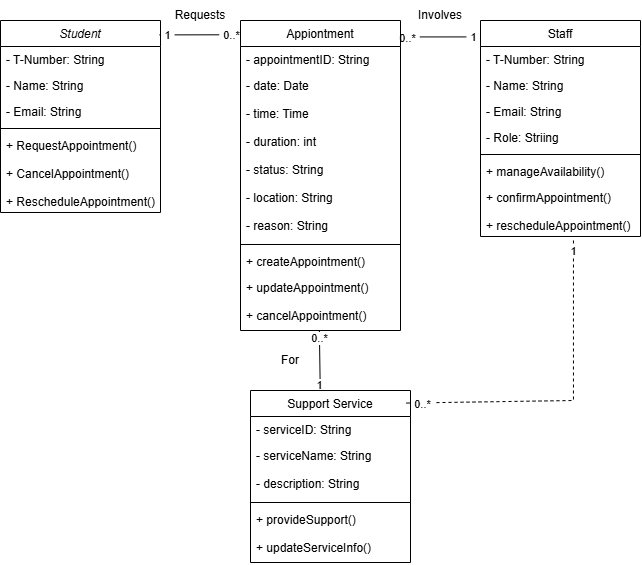
Earlier version of the draw.io export diagrams/UMLV1.png (Brendan-OS/college-support-appointments). Source tidied: cells renumbered, new cells last; positions are measured from the earlier drawing's top-left corner, leaving out a move shared by most shapes.
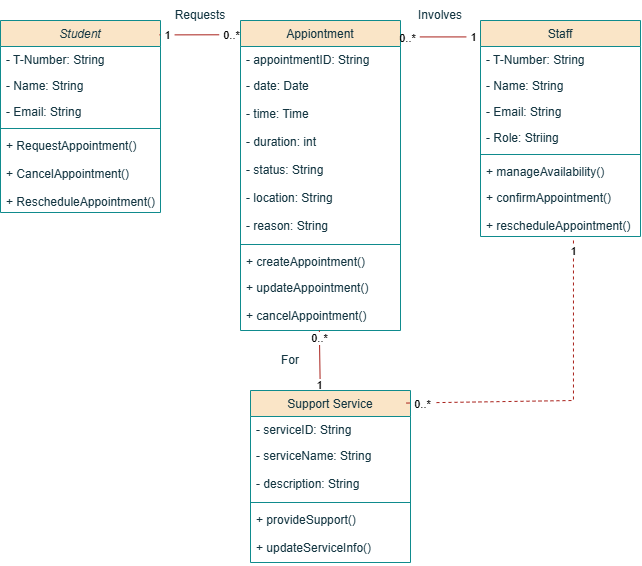
Later version of the same file.

Commit message:
Changed colours to make it more visible (Currently working in darkmode)

Change to the diagram source:
```diff
@@ -2,128 +2,128 @@
   <root>
     <mxCell id="0" />
     <mxCell id="1" parent="0" />
-    <mxCell id="2" value="Student" style="swimlane;fontStyle=2;align=center;verticalAlign=top;horizontal=1;startSize=26;rounded=0;shadow=0;strokeWidth=1;" parent="1" vertex="1">
+    <mxCell id="2" value="Student" style="swimlane;fontStyle=2;align=center;verticalAlign=top;horizontal=1;startSize=26;rounded=0;shadow=0;strokeWidth=1;labelBackgroundColor=none;fillColor=#FAE5C7;strokeColor=#0F8B8D;fontColor=#143642;" parent="1" vertex="1">
       <mxGeometry y="20" width="160" height="192" as="geometry" />
     </mxCell>
-    <mxCell id="3" value="- T-Number: String" style="text;align=left;verticalAlign=top;spacingLeft=4;spacingRight=4;overflow=hidden;" parent="2" vertex="1">
+    <mxCell id="3" value="- T-Number: String" style="text;align=left;verticalAlign=top;spacingLeft=4;spacingRight=4;overflow=hidden;labelBackgroundColor=none;fontColor=#143642;" parent="2" vertex="1">
       <mxGeometry y="26" width="160" height="26" as="geometry" />
     </mxCell>
-    <mxCell id="4" value="- Name: String" style="text;align=left;verticalAlign=top;spacingLeft=4;spacingRight=4;overflow=hidden;rounded=0;shadow=0;html=0;" parent="2" vertex="1">
+    <mxCell id="4" value="- Name: String" style="text;align=left;verticalAlign=top;spacingLeft=4;spacingRight=4;overflow=hidden;rounded=0;shadow=0;html=0;labelBackgroundColor=none;fontColor=#143642;" parent="2" vertex="1">
       <mxGeometry y="52" width="160" height="26" as="geometry" />
     </mxCell>
-    <mxCell id="5" value="- Email: String" style="text;align=left;verticalAlign=top;spacingLeft=4;spacingRight=4;overflow=hidden;rounded=0;shadow=0;html=0;" parent="2" vertex="1">
+    <mxCell id="5" value="- Email: String" style="text;align=left;verticalAlign=top;spacingLeft=4;spacingRight=4;overflow=hidden;rounded=0;shadow=0;html=0;labelBackgroundColor=none;fontColor=#143642;" parent="2" vertex="1">
       <mxGeometry y="78" width="160" height="26" as="geometry" />
     </mxCell>
-    <mxCell id="6" style="line;html=1;strokeWidth=1;align=left;verticalAlign=middle;spacingTop=-1;spacingLeft=3;spacingRight=3;labelPosition=right;" parent="2" vertex="1">
+    <mxCell id="6" style="line;html=1;strokeWidth=1;align=left;verticalAlign=middle;spacingTop=-1;spacingLeft=3;spacingRight=3;labelPosition=right;labelBackgroundColor=none;fillColor=#FAE5C7;strokeColor=#0F8B8D;fontColor=#143642;" parent="2" vertex="1">
       <mxGeometry y="104" width="160" height="8" as="geometry" />
     </mxCell>
-    <mxCell id="7" value="+ RequestAppointment()&#10;&#10;+ CancelAppointment()&#10;&#10;+ RescheduleAppointment()" style="text;align=left;verticalAlign=top;spacingLeft=4;spacingRight=4;overflow=hidden;" parent="2" vertex="1">
+    <mxCell id="7" value="+ RequestAppointment()&#10;&#10;+ CancelAppointment()&#10;&#10;+ RescheduleAppointment()" style="text;align=left;verticalAlign=top;spacingLeft=4;spacingRight=4;overflow=hidden;labelBackgroundColor=none;fontColor=#143642;" parent="2" vertex="1">
       <mxGeometry y="112" width="160" height="80" as="geometry" />
     </mxCell>
-    <mxCell id="8" value="Appiontment" style="swimlane;fontStyle=0;align=center;verticalAlign=top;horizontal=1;startSize=26;rounded=0;shadow=0;strokeWidth=1;" parent="1" vertex="1">
+    <mxCell id="8" value="Appiontment" style="swimlane;fontStyle=0;align=center;verticalAlign=top;horizontal=1;startSize=26;rounded=0;shadow=0;strokeWidth=1;labelBackgroundColor=none;fillColor=#FAE5C7;strokeColor=#0F8B8D;fontColor=#143642;" parent="1" vertex="1">
       <mxGeometry x="240" y="20" width="160" height="310" as="geometry" />
     </mxCell>
-    <mxCell id="9" value="- appointmentID: String" style="text;align=left;verticalAlign=top;spacingLeft=4;spacingRight=4;overflow=hidden;" parent="8" vertex="1">
+    <mxCell id="9" value="- appointmentID: String" style="text;align=left;verticalAlign=top;spacingLeft=4;spacingRight=4;overflow=hidden;labelBackgroundColor=none;fontColor=#143642;" parent="8" vertex="1">
       <mxGeometry y="26" width="160" height="26" as="geometry" />
     </mxCell>
-    <mxCell id="10" value="- date: Date&#10;&#10;- time: Time&#10;&#10;- duration: int&#10;&#10;- status: String&#10;&#10;- location: String&#10;&#10;- reason: String" style="text;align=left;verticalAlign=top;spacingLeft=4;spacingRight=4;overflow=hidden;rounded=0;shadow=0;html=0;" parent="8" vertex="1">
+    <mxCell id="10" value="- date: Date&#10;&#10;- time: Time&#10;&#10;- duration: int&#10;&#10;- status: String&#10;&#10;- location: String&#10;&#10;- reason: String" style="text;align=left;verticalAlign=top;spacingLeft=4;spacingRight=4;overflow=hidden;rounded=0;shadow=0;html=0;labelBackgroundColor=none;fontColor=#143642;" parent="8" vertex="1">
       <mxGeometry y="52" width="160" height="168" as="geometry" />
     </mxCell>
-    <mxCell id="11" style="line;html=1;strokeWidth=1;align=left;verticalAlign=middle;spacingTop=-1;spacingLeft=3;spacingRight=3;labelPosition=right;" parent="8" vertex="1">
+    <mxCell id="11" style="line;html=1;strokeWidth=1;align=left;verticalAlign=middle;spacingTop=-1;spacingLeft=3;spacingRight=3;labelPosition=right;labelBackgroundColor=none;fillColor=#FAE5C7;strokeColor=#0F8B8D;fontColor=#143642;" parent="8" vertex="1">
       <mxGeometry y="220" width="160" height="8" as="geometry" />
     </mxCell>
-    <mxCell id="12" value="+ createAppointment()" style="text;align=left;verticalAlign=top;spacingLeft=4;spacingRight=4;overflow=hidden;fontStyle=0;" parent="8" vertex="1">
+    <mxCell id="12" value="+ createAppointment()" style="text;align=left;verticalAlign=top;spacingLeft=4;spacingRight=4;overflow=hidden;fontStyle=0;labelBackgroundColor=none;fontColor=#143642;" parent="8" vertex="1">
       <mxGeometry y="228" width="160" height="26" as="geometry" />
     </mxCell>
-    <mxCell id="13" value="+ updateAppointment()&#10;&#10;+ cancelAppointment()" style="text;align=left;verticalAlign=top;spacingLeft=4;spacingRight=4;overflow=hidden;points=[[0,0.5],[1,0.5]];portConstraint=eastwest;" parent="8" vertex="1">
+    <mxCell id="13" value="+ updateAppointment()&#10;&#10;+ cancelAppointment()" style="text;align=left;verticalAlign=top;spacingLeft=4;spacingRight=4;overflow=hidden;points=[[0,0.5],[1,0.5]];portConstraint=eastwest;labelBackgroundColor=none;fontColor=#143642;" parent="8" vertex="1">
       <mxGeometry y="254" width="160" height="56" as="geometry" />
     </mxCell>
-    <mxCell id="14" value="Staff" style="swimlane;fontStyle=0;align=center;verticalAlign=top;horizontal=1;startSize=26;rounded=0;shadow=0;strokeWidth=1;" parent="1" vertex="1">
+    <mxCell id="14" value="Staff" style="swimlane;fontStyle=0;align=center;verticalAlign=top;horizontal=1;startSize=26;rounded=0;shadow=0;strokeWidth=1;labelBackgroundColor=none;fillColor=#FAE5C7;strokeColor=#0F8B8D;fontColor=#143642;" parent="1" vertex="1">
       <mxGeometry x="480" y="20" width="160" height="216" as="geometry" />
     </mxCell>
-    <mxCell id="15" value="- T-Number: String" style="text;align=left;verticalAlign=top;spacingLeft=4;spacingRight=4;overflow=hidden;" parent="14" vertex="1">
+    <mxCell id="15" value="- T-Number: String" style="text;align=left;verticalAlign=top;spacingLeft=4;spacingRight=4;overflow=hidden;labelBackgroundColor=none;fontColor=#143642;" parent="14" vertex="1">
       <mxGeometry y="26" width="160" height="26" as="geometry" />
     </mxCell>
-    <mxCell id="16" value="- Name: String" style="text;align=left;verticalAlign=top;spacingLeft=4;spacingRight=4;overflow=hidden;rounded=0;shadow=0;html=0;" parent="14" vertex="1">
+    <mxCell id="16" value="- Name: String" style="text;align=left;verticalAlign=top;spacingLeft=4;spacingRight=4;overflow=hidden;rounded=0;shadow=0;html=0;labelBackgroundColor=none;fontColor=#143642;" parent="14" vertex="1">
       <mxGeometry y="52" width="160" height="26" as="geometry" />
     </mxCell>
-    <mxCell id="17" value="- Email: String" style="text;align=left;verticalAlign=top;spacingLeft=4;spacingRight=4;overflow=hidden;rounded=0;shadow=0;html=0;" parent="14" vertex="1">
+    <mxCell id="17" value="- Email: String" style="text;align=left;verticalAlign=top;spacingLeft=4;spacingRight=4;overflow=hidden;rounded=0;shadow=0;html=0;labelBackgroundColor=none;fontColor=#143642;" parent="14" vertex="1">
       <mxGeometry y="78" width="160" height="26" as="geometry" />
     </mxCell>
-    <mxCell id="18" value="- Role: Striing" style="text;align=left;verticalAlign=top;spacingLeft=4;spacingRight=4;overflow=hidden;rounded=0;shadow=0;html=0;" parent="14" vertex="1">
+    <mxCell id="18" value="- Role: Striing" style="text;align=left;verticalAlign=top;spacingLeft=4;spacingRight=4;overflow=hidden;rounded=0;shadow=0;html=0;labelBackgroundColor=none;fontColor=#143642;" parent="14" vertex="1">
       <mxGeometry y="104" width="160" height="26" as="geometry" />
     </mxCell>
-    <mxCell id="19" style="line;html=1;strokeWidth=1;align=left;verticalAlign=middle;spacingTop=-1;spacingLeft=3;spacingRight=3;labelPosition=right;" parent="14" vertex="1">
+    <mxCell id="19" style="line;html=1;strokeWidth=1;align=left;verticalAlign=middle;spacingTop=-1;spacingLeft=3;spacingRight=3;labelPosition=right;labelBackgroundColor=none;fillColor=#FAE5C7;strokeColor=#0F8B8D;fontColor=#143642;" parent="14" vertex="1">
       <mxGeometry y="130" width="160" height="8" as="geometry" />
     </mxCell>
-    <mxCell id="20" value="+ manageAvailability()" style="text;align=left;verticalAlign=top;spacingLeft=4;spacingRight=4;overflow=hidden;" parent="14" vertex="1">
+    <mxCell id="20" value="+ manageAvailability()" style="text;align=left;verticalAlign=top;spacingLeft=4;spacingRight=4;overflow=hidden;labelBackgroundColor=none;fontColor=#143642;" parent="14" vertex="1">
       <mxGeometry y="138" width="160" height="26" as="geometry" />
     </mxCell>
-    <mxCell id="21" value="+ confirmAppointment()&#10;&#10;+ rescheduleAppointment()" style="text;align=left;verticalAlign=top;spacingLeft=4;spacingRight=4;overflow=hidden;points=[[0,0.5],[1,0.5]];portConstraint=eastwest;" parent="14" vertex="1">
+    <mxCell id="21" value="+ confirmAppointment()&#10;&#10;+ rescheduleAppointment()" style="text;align=left;verticalAlign=top;spacingLeft=4;spacingRight=4;overflow=hidden;points=[[0,0.5],[1,0.5]];portConstraint=eastwest;labelBackgroundColor=none;fontColor=#143642;" parent="14" vertex="1">
       <mxGeometry y="164" width="160" height="52" as="geometry" />
     </mxCell>
-    <mxCell id="22" value="Support Service" style="swimlane;fontStyle=0;align=center;verticalAlign=top;horizontal=1;startSize=26;rounded=0;shadow=0;strokeWidth=1;" parent="1" vertex="1">
+    <mxCell id="22" value="Support Service" style="swimlane;fontStyle=0;align=center;verticalAlign=top;horizontal=1;startSize=26;rounded=0;shadow=0;strokeWidth=1;labelBackgroundColor=none;fillColor=#FAE5C7;strokeColor=#0F8B8D;fontColor=#143642;" parent="1" vertex="1">
       <mxGeometry x="250" y="390" width="160" height="172" as="geometry" />
     </mxCell>
-    <mxCell id="23" value="- serviceID: String" style="text;align=left;verticalAlign=top;spacingLeft=4;spacingRight=4;overflow=hidden;" parent="22" vertex="1">
+    <mxCell id="23" value="- serviceID: String" style="text;align=left;verticalAlign=top;spacingLeft=4;spacingRight=4;overflow=hidden;labelBackgroundColor=none;fontColor=#143642;" parent="22" vertex="1">
       <mxGeometry y="26" width="160" height="26" as="geometry" />
     </mxCell>
-    <mxCell id="24" value="- serviceName: String&#10;&#10;- description: String" style="text;align=left;verticalAlign=top;spacingLeft=4;spacingRight=4;overflow=hidden;rounded=0;shadow=0;html=0;" parent="22" vertex="1">
+    <mxCell id="24" value="- serviceName: String&#10;&#10;- description: String" style="text;align=left;verticalAlign=top;spacingLeft=4;spacingRight=4;overflow=hidden;rounded=0;shadow=0;html=0;labelBackgroundColor=none;fontColor=#143642;" parent="22" vertex="1">
       <mxGeometry y="52" width="160" height="56" as="geometry" />
     </mxCell>
-    <mxCell id="25" style="line;html=1;strokeWidth=1;align=left;verticalAlign=middle;spacingTop=-1;spacingLeft=3;spacingRight=3;labelPosition=right;" parent="22" vertex="1">
+    <mxCell id="25" style="line;html=1;strokeWidth=1;align=left;verticalAlign=middle;spacingTop=-1;spacingLeft=3;spacingRight=3;labelPosition=right;labelBackgroundColor=none;fillColor=#FAE5C7;strokeColor=#0F8B8D;fontColor=#143642;" parent="22" vertex="1">
       <mxGeometry y="108" width="160" height="8" as="geometry" />
     </mxCell>
-    <mxCell id="26" value="+ provideSupport()&#10;&#10;+ updateServiceInfo()" style="text;align=left;verticalAlign=top;spacingLeft=4;spacingRight=4;overflow=hidden;" parent="22" vertex="1">
+    <mxCell id="26" value="+ provideSupport()&#10;&#10;+ updateServiceInfo()" style="text;align=left;verticalAlign=top;spacingLeft=4;spacingRight=4;overflow=hidden;labelBackgroundColor=none;fontColor=#143642;" parent="22" vertex="1">
       <mxGeometry y="116" width="160" height="56" as="geometry" />
     </mxCell>
-    <mxCell id="27" style="endArrow=none;html=1;rounded=0;defaultLabelBackgroundColor=page;labelPadding=0 4;exitX=0.993;exitY=0.075;exitDx=0;exitDy=0;exitPerimeter=0;entryX=0;entryY=0.046;entryDx=0;entryDy=0;entryPerimeter=0;" parent="1" edge="1" source="2" target="8">
+    <mxCell id="27" style="endArrow=none;html=1;rounded=0;defaultLabelBackgroundColor=page;labelPadding=0 4;exitX=0.993;exitY=0.075;exitDx=0;exitDy=0;exitPerimeter=0;entryX=0;entryY=0.046;entryDx=0;entryDy=0;entryPerimeter=0;fontColor=default;strokeColor=#A8201A;" parent="1" edge="1" source="2" target="8">
       <mxGeometry relative="1" as="geometry" />
     </mxCell>
-    <mxCell id="28" value="1" style="edgeLabel;html=1;align=center;verticalAlign=middle;inheritText=1;defaultLabelBackgroundColor=page;labelPadding=0 4;" parent="27" vertex="1">
+    <mxCell id="28" value="1" style="edgeLabel;html=1;align=center;verticalAlign=middle;inheritText=1;defaultLabelBackgroundColor=page;labelPadding=0 4;fontColor=#143642;" parent="27" vertex="1">
       <mxGeometry x="-0.8" relative="1" as="geometry" />
     </mxCell>
-    <mxCell id="29" value="0..*" style="edgeLabel;html=1;align=center;verticalAlign=middle;inheritText=1;defaultLabelBackgroundColor=page;labelPadding=0 4;" parent="27" vertex="1">
+    <mxCell id="29" value="0..*" style="edgeLabel;html=1;align=center;verticalAlign=middle;inheritText=1;defaultLabelBackgroundColor=page;labelPadding=0 4;fontColor=#143642;" parent="27" vertex="1">
       <mxGeometry x="0.78" relative="1" as="geometry" />
     </mxCell>
-    <mxCell id="30" style="endArrow=none;html=1;rounded=0;defaultLabelBackgroundColor=page;labelPadding=0 4;entryX=0.999;entryY=0.053;entryDx=0;entryDy=0;entryPerimeter=0;exitX=-0.001;exitY=0.076;exitDx=0;exitDy=0;exitPerimeter=0;" parent="1" edge="1" source="14" target="8">
+    <mxCell id="30" style="endArrow=none;html=1;rounded=0;defaultLabelBackgroundColor=page;labelPadding=0 4;entryX=0.999;entryY=0.053;entryDx=0;entryDy=0;entryPerimeter=0;exitX=-0.001;exitY=0.076;exitDx=0;exitDy=0;exitPerimeter=0;fontColor=default;strokeColor=#A8201A;" parent="1" edge="1" source="14" target="8">
       <mxGeometry relative="1" as="geometry" />
     </mxCell>
-    <mxCell id="31" value="0..*" style="edgeLabel;html=1;align=center;verticalAlign=middle;inheritText=1;defaultLabelBackgroundColor=page;labelPadding=0 4;" parent="30" vertex="1">
+    <mxCell id="31" value="0..*" style="edgeLabel;html=1;align=center;verticalAlign=middle;inheritText=1;defaultLabelBackgroundColor=page;labelPadding=0 4;fontColor=#143642;" parent="30" vertex="1">
       <mxGeometry x="0.83" y="1" relative="1" as="geometry" />
     </mxCell>
-    <mxCell id="32" value="1" style="edgeLabel;html=1;align=center;verticalAlign=middle;inheritText=1;defaultLabelBackgroundColor=page;labelPadding=0 4;" parent="30" vertex="1">
+    <mxCell id="32" value="1" style="edgeLabel;html=1;align=center;verticalAlign=middle;inheritText=1;defaultLabelBackgroundColor=page;labelPadding=0 4;fontColor=#143642;" parent="30" vertex="1">
       <mxGeometry x="-0.83" relative="1" as="geometry" />
     </mxCell>
-    <mxCell id="33" style="endArrow=none;html=1;rounded=0;defaultLabelBackgroundColor=page;labelPadding=0 4;entryX=0.493;entryY=1.001;entryDx=0;entryDy=0;entryPerimeter=0;exitX=0.436;exitY=0.006;exitDx=0;exitDy=0;exitPerimeter=0;" parent="1" edge="1" source="22" target="13">
+    <mxCell id="33" style="endArrow=none;html=1;rounded=0;defaultLabelBackgroundColor=page;labelPadding=0 4;entryX=0.493;entryY=1.001;entryDx=0;entryDy=0;entryPerimeter=0;exitX=0.436;exitY=0.006;exitDx=0;exitDy=0;exitPerimeter=0;fontColor=default;strokeColor=#A8201A;" parent="1" edge="1" source="22" target="13">
       <mxGeometry relative="1" as="geometry" />
     </mxCell>
-    <mxCell id="34" value="0..*" style="edgeLabel;html=1;align=center;verticalAlign=middle;inheritText=1;defaultLabelBackgroundColor=page;labelPadding=0 4;" parent="33" vertex="1">
+    <mxCell id="34" value="0..*" style="edgeLabel;html=1;align=center;verticalAlign=middle;inheritText=1;defaultLabelBackgroundColor=page;labelPadding=0 4;fontColor=#143642;" parent="33" vertex="1">
       <mxGeometry x="0.77" relative="1" as="geometry" />
     </mxCell>
-    <mxCell id="35" value="1" style="edgeLabel;html=1;align=center;verticalAlign=middle;inheritText=1;defaultLabelBackgroundColor=page;labelPadding=0 4;" parent="33" vertex="1">
+    <mxCell id="35" value="1" style="edgeLabel;html=1;align=center;verticalAlign=middle;inheritText=1;defaultLabelBackgroundColor=page;labelPadding=0 4;fontColor=#143642;" parent="33" vertex="1">
       <mxGeometry x="-0.76" y="1" relative="1" as="geometry" />
     </mxCell>
-    <mxCell id="36" style="endArrow=none;dashed=1;html=1;rounded=0;defaultLabelBackgroundColor=page;labelPadding=0 4;entryX=0.581;entryY=1.037;entryDx=0;entryDy=0;entryPerimeter=0;exitX=0.975;exitY=0.073;exitDx=0;exitDy=0;exitPerimeter=0;" parent="1" edge="1" source="22" target="21">
+    <mxCell id="36" style="endArrow=none;dashed=1;html=1;rounded=0;defaultLabelBackgroundColor=page;labelPadding=0 4;entryX=0.581;entryY=1.037;entryDx=0;entryDy=0;entryPerimeter=0;exitX=0.975;exitY=0.073;exitDx=0;exitDy=0;exitPerimeter=0;fontColor=default;strokeColor=#A8201A;" parent="1" edge="1" source="22" target="21">
       <mxGeometry x="0.29" relative="1" as="geometry">
         <Array as="points">
           <mxPoint x="573" y="400" />
         </Array>
       </mxGeometry>
     </mxCell>
-    <mxCell id="37" value="0..*" style="edgeLabel;html=1;align=center;verticalAlign=middle;inheritText=1;defaultLabelBackgroundColor=page;labelPadding=0 4;" parent="36" vertex="1">
+    <mxCell id="37" value="0..*" style="edgeLabel;html=1;align=center;verticalAlign=middle;inheritText=1;defaultLabelBackgroundColor=page;labelPadding=0 4;fontColor=#143642;" parent="36" vertex="1">
       <mxGeometry x="-0.91" y="-1" relative="1" as="geometry" />
     </mxCell>
-    <mxCell id="38" value="1" style="edgeLabel;html=1;align=center;verticalAlign=middle;inheritText=1;defaultLabelBackgroundColor=page;labelPadding=0 4;" parent="36" vertex="1">
+    <mxCell id="38" value="1" style="edgeLabel;html=1;align=center;verticalAlign=middle;inheritText=1;defaultLabelBackgroundColor=page;labelPadding=0 4;fontColor=#143642;" parent="36" vertex="1">
       <mxGeometry x="0.92" relative="1" as="geometry" />
     </mxCell>
-    <mxCell id="39" value="Requests" style="text;html=1;whiteSpace=wrap;strokeColor=none;fillColor=none;align=center;verticalAlign=middle;rounded=0;" parent="1" vertex="1">
+    <mxCell id="39" value="Requests" style="text;html=1;whiteSpace=wrap;strokeColor=none;fillColor=none;align=center;verticalAlign=middle;rounded=0;labelBackgroundColor=none;fontColor=#143642;" parent="1" vertex="1">
       <mxGeometry x="170" width="60" height="30" as="geometry" />
     </mxCell>
-    <mxCell id="40" value="Involves" style="text;html=1;whiteSpace=wrap;strokeColor=none;fillColor=none;align=center;verticalAlign=middle;rounded=0;" parent="1" vertex="1">
+    <mxCell id="40" value="Involves" style="text;html=1;whiteSpace=wrap;strokeColor=none;fillColor=none;align=center;verticalAlign=middle;rounded=0;labelBackgroundColor=none;fontColor=#143642;" parent="1" vertex="1">
       <mxGeometry x="410" width="60" height="30" as="geometry" />
     </mxCell>
-    <mxCell id="41" value="For" style="text;html=1;whiteSpace=wrap;strokeColor=none;fillColor=none;align=center;verticalAlign=middle;rounded=0;" parent="1" vertex="1">
+    <mxCell id="41" value="For" style="text;html=1;whiteSpace=wrap;strokeColor=none;fillColor=none;align=center;verticalAlign=middle;rounded=0;labelBackgroundColor=none;fontColor=#143642;" parent="1" vertex="1">
       <mxGeometry x="260" y="345" width="60" height="30" as="geometry" />
     </mxCell>
   </root>
```
